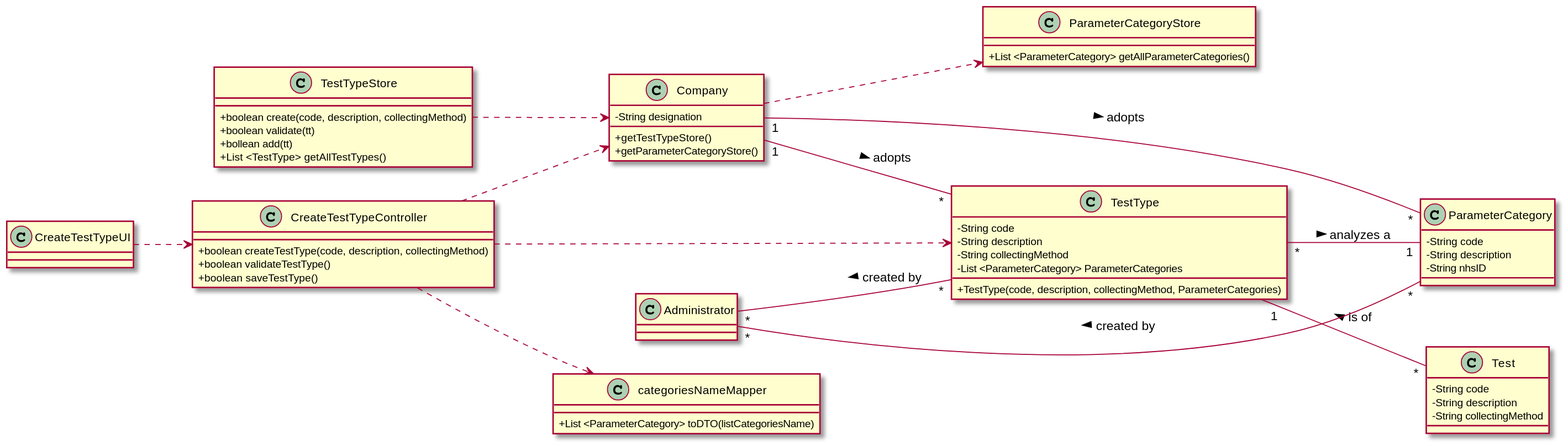
0franciscor/lei-21-s2-1de-g19 keeps this PlantUML diagram as docs/SprintB/US09/US09-CD.svg. Above is the earlier version.
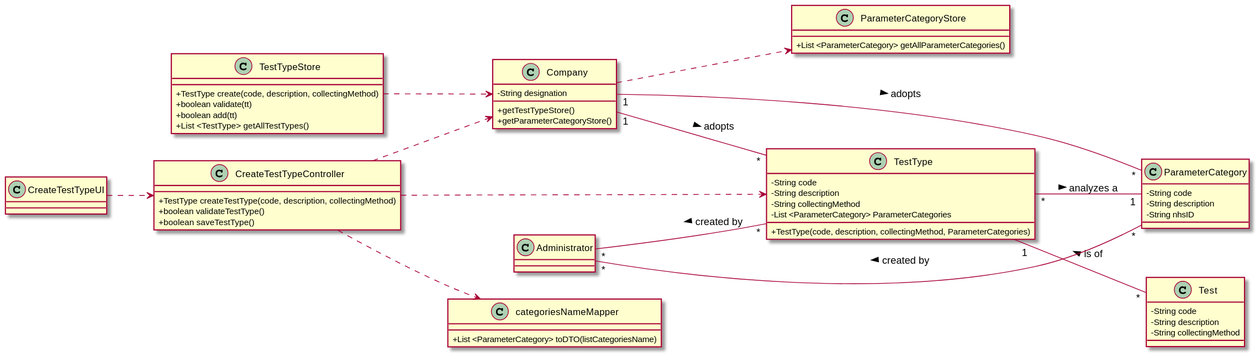
The same file after the commit.

Change to the diagram source:
```diff
@@ -13,9 +13,9 @@
 }
 
 class "TestTypeStore" as TTS{
-+boolean create(code, description, collectingMethod)
++TestType create(code, description, collectingMethod)
 +boolean validate(tt)
-+bollean add(tt)
++boolean add(tt)
 +List <TestType> getAllTestTypes()
 }
 
@@ -32,7 +32,7 @@
 }
 
 class "CreateTestTypeController" as CTTC {
-+boolean createTestType(code, description, collectingMethod)
++TestType createTestType(code, description, collectingMethod)
 +boolean validateTestType()
 +boolean saveTestType()
 }
```
